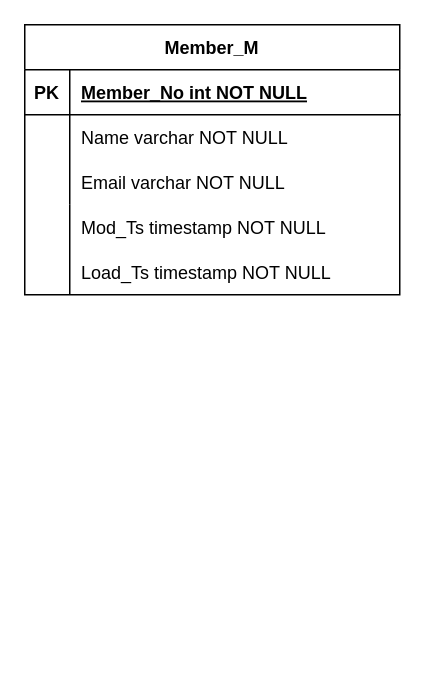
Gbuum/dw-pj keeps this draw.io diagram as DW-pj.drawio. Above is the earlier version. Source tidied: cells renumbered, new cells numbered last; positions are measured from the earlier drawing's top-left corner, leaving out a move shared by most shapes. Both pictures are drawn from the tidied source at 150%, with x=0, y=0 at pixel (24, 24).
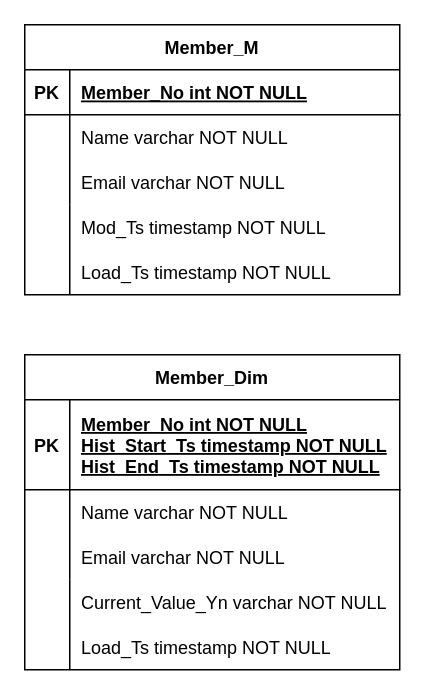
After the change.

Diff of the diagram source:
```diff
@@
+    <mxCell id="15" value="Member_Dim" style="shape=table;startSize=30;childLayout=tableLayout;rowLines=0;fontStyle=1;align=center;" parent="1" vertex="1">
+      <mxGeometry y="220" width="250" height="210" as="geometry" />
+    </mxCell>
+    <mxCell id="16" style="shape=partialRectangle;fillColor=none;top=0;left=0;right=0;bottom=1;" parent="15" vertex="1">
+      <mxGeometry y="30" width="250" height="60" as="geometry" />
+    </mxCell>
+    <mxCell id="17" value="PK" style="shape=partialRectangle;overflow=hidden;fillColor=none;top=0;left=0;bottom=0;right=0;fontStyle=1;" parent="16" vertex="1">
+      <mxGeometry width="30" height="60" as="geometry" />
+    </mxCell>
+    <mxCell id="18" value="Member_No int NOT NULL &#10;Hist_Start_Ts timestamp NOT NULL&#10;Hist_End_Ts timestamp NOT NULL" style="shape=partialRectangle;overflow=hidden;fillColor=none;top=0;left=0;bottom=0;right=0;align=left;spacingLeft=6;fontStyle=5;spacing=2;" parent="16" vertex="1">
+      <mxGeometry x="30" width="220" height="60" as="geometry" />
+    </mxCell>
+    <mxCell id="19" style="shape=partialRectangle;fillColor=none;top=0;left=0;right=0;bottom=0;" parent="15" vertex="1">
+      <mxGeometry y="90" width="250" height="30" as="geometry" />
+    </mxCell>
+    <mxCell id="20" style="shape=partialRectangle;overflow=hidden;fillColor=none;top=0;left=0;bottom=0;right=0;" parent="19" vertex="1">
+      <mxGeometry width="30" height="30" as="geometry" />
+    </mxCell>
+    <mxCell id="21" value="Name varchar NOT NULL" style="shape=partialRectangle;overflow=hidden;fillColor=none;top=0;left=0;bottom=0;right=0;align=left;spacingLeft=6;" parent="19" vertex="1">
+      <mxGeometry x="30" width="220" height="30" as="geometry" />
+    </mxCell>
+    <mxCell id="22" style="shape=partialRectangle;fillColor=none;top=0;left=0;right=0;bottom=0;" parent="15" vertex="1">
+      <mxGeometry y="120" width="250" height="30" as="geometry" />
+    </mxCell>
+    <mxCell id="23" style="shape=partialRectangle;overflow=hidden;fillColor=none;top=0;left=0;bottom=0;right=0;" parent="22" vertex="1">
+      <mxGeometry width="30" height="30" as="geometry" />
+    </mxCell>
+    <mxCell id="24" value="Email varchar NOT NULL" style="shape=partialRectangle;overflow=hidden;fillColor=none;top=0;left=0;bottom=0;right=0;align=left;spacingLeft=6;" parent="22" vertex="1">
+      <mxGeometry x="30" width="220" height="30" as="geometry" />
+    </mxCell>
+    <mxCell id="25" value="Current_Value_Yn varchar NOT NULL" style="shape=partialRectangle;overflow=hidden;fillColor=none;top=0;left=0;bottom=0;right=0;align=left;spacingLeft=6;" parent="1" vertex="1">
+      <mxGeometry x="30" y="370" width="220" height="30" as="geometry" />
+    </mxCell>
+    <mxCell id="26" style="endArrow=none;html=1;rounded=0;" parent="1" edge="1">
+      <mxGeometry relative="1" as="geometry">
+        <mxPoint x="30" y="430" as="sourcePoint" />
+        <mxPoint x="30" y="370" as="targetPoint" />
+      </mxGeometry>
+    </mxCell>
+    <mxCell id="27" value="Load_Ts timestamp NOT NULL" style="shape=partialRectangle;overflow=hidden;fillColor=none;top=0;left=0;bottom=0;right=0;align=left;spacingLeft=6;" parent="1" vertex="1">
+      <mxGeometry x="30" y="400" width="220" height="30" as="geometry" />
+    </mxCell>
```
